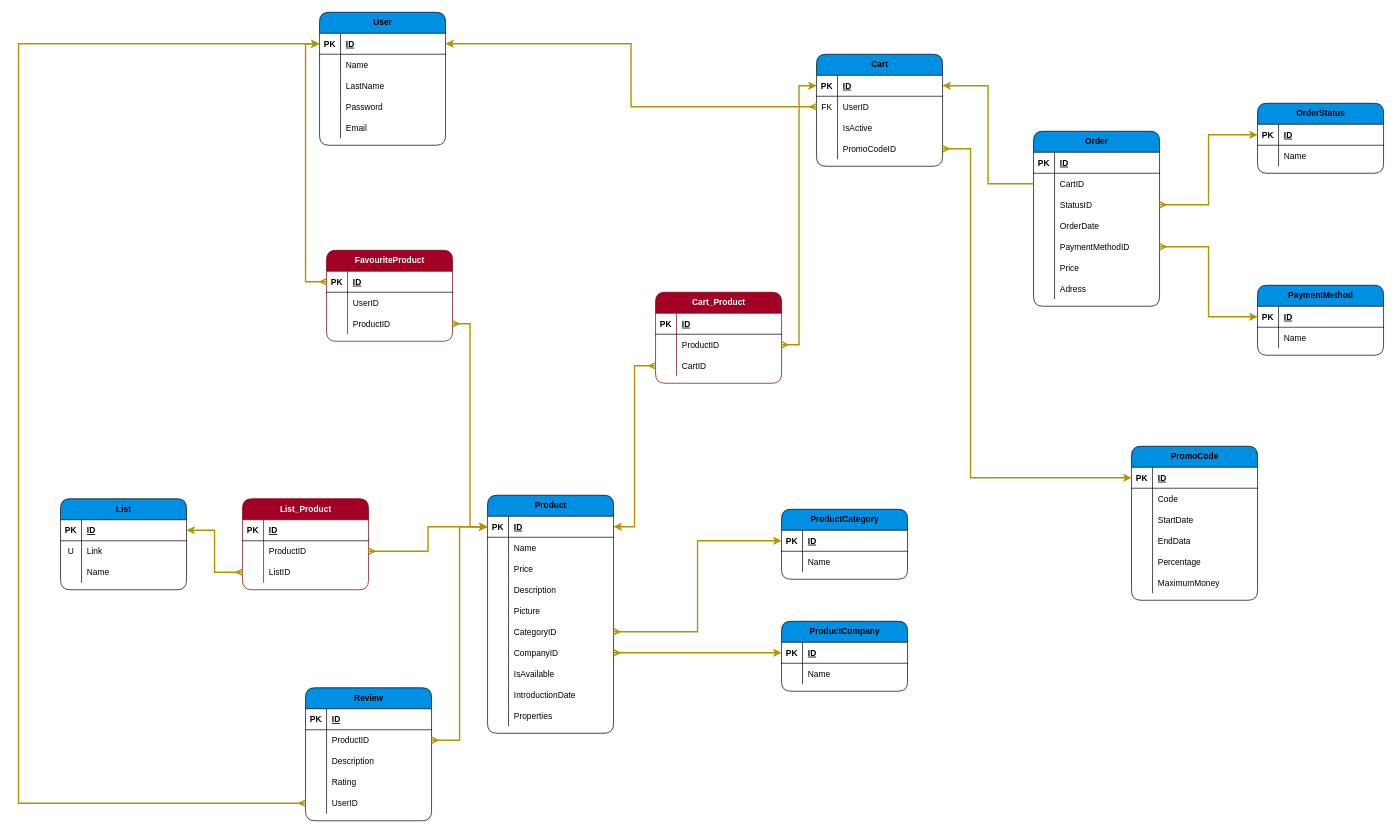
Above: Documentation/DrawioFiles/DiagramDB.drawio in Rumi152/X-KOMdb (draw.io), before the change. Source tidied: cells renumbered, new cells numbered last; positions are measured from the earlier drawing's top-left corner, leaving out a move shared by most shapes. Both pictures are drawn from the tidied source at 70%, with x=0, y=0 at pixel (18, 12).
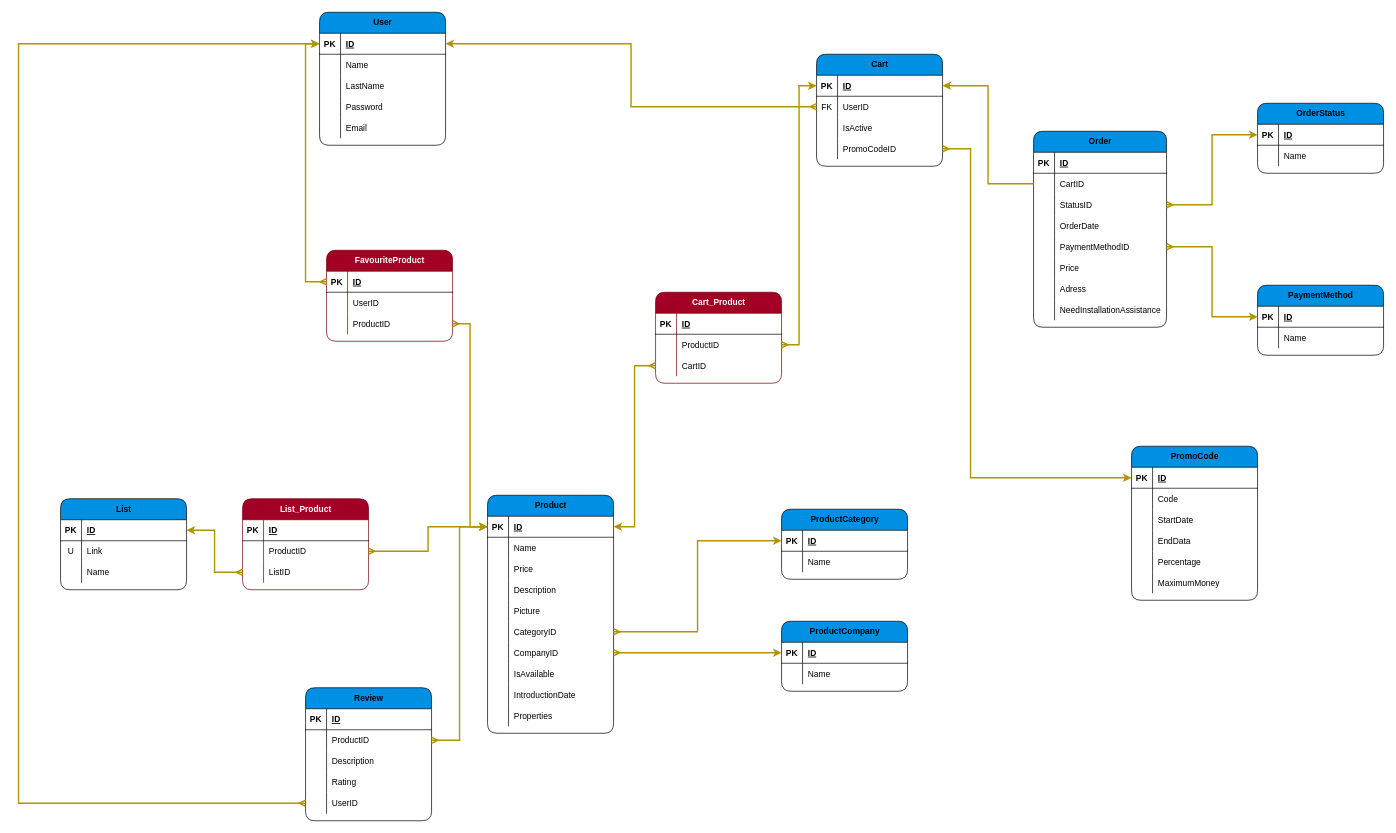
The same page after the edit.

Commit message:
finished base

Change to the diagram source:
```diff
@@
     <mxCell id="90" value="Order" style="shape=table;startSize=30;childLayout=tableLayout;rowLines=0;fontStyle=1;align=center;rounded=1;fillColor=#0090E3;html=1;" parent="1" vertex="1">
-      <mxGeometry x="1450" y="170" width="180" height="250" as="geometry" />
+      <mxGeometry x="1450" y="170" width="190" height="280" as="geometry" />
     </mxCell>
     <mxCell id="91" style="shape=partialRectangle;fillColor=none;top=0;left=0;bottom=1;right=0;" parent="90" vertex="1">
-      <mxGeometry y="30" width="180" height="30" as="geometry" />
+      <mxGeometry y="30" width="190" height="30" as="geometry" />
     </mxCell>
@@
     <mxCell id="93" value="ID" style="shape=partialRectangle;fillColor=none;top=0;left=0;bottom=0;right=0;align=left;spacingLeft=6;fontStyle=5;overflow=hidden;" parent="91" vertex="1">
-      <mxGeometry x="30" width="150" height="30" as="geometry" />
+      <mxGeometry x="30" width="160" height="30" as="geometry" />
     </mxCell>
     <mxCell id="94" style="shape=partialRectangle;fillColor=none;top=0;left=0;bottom=0;right=0;points=[[0,0.5],[1,0.5]];portConstraint=eastwest;" parent="90" vertex="1">
-      <mxGeometry y="60" width="180" height="30" as="geometry" />
+      <mxGeometry y="60" width="190" height="30" as="geometry" />
     </mxCell>
@@
     <mxCell id="96" value="CartID" style="shape=partialRectangle;fillColor=none;top=0;left=0;bottom=0;right=0;align=left;spacingLeft=6;overflow=hidden;" parent="94" vertex="1">
-      <mxGeometry x="30" width="150" height="30" as="geometry" />
+      <mxGeometry x="30" width="160" height="30" as="geometry" />
     </mxCell>
     <mxCell id="97" style="shape=partialRectangle;fillColor=none;top=0;left=0;bottom=0;right=0;points=[[0,0.5],[1,0.5]];portConstraint=eastwest;" parent="90" vertex="1">
-      <mxGeometry y="90" width="180" height="30" as="geometry" />
+      <mxGeometry y="90" width="190" height="30" as="geometry" />
     </mxCell>
@@
     <mxCell id="99" value="StatusID" style="shape=partialRectangle;fillColor=none;top=0;left=0;bottom=0;right=0;align=left;spacingLeft=6;overflow=hidden;" parent="97" vertex="1">
-      <mxGeometry x="30" width="150" height="30" as="geometry" />
+      <mxGeometry x="30" width="160" height="30" as="geometry" />
     </mxCell>
     <mxCell id="100" style="shape=partialRectangle;fillColor=none;top=0;left=0;bottom=0;right=0;" parent="90" vertex="1">
-      <mxGeometry y="120" width="180" height="30" as="geometry" />
+      <mxGeometry y="120" width="190" height="30" as="geometry" />
     </mxCell>
@@
     <mxCell id="102" value="OrderDate" style="shape=partialRectangle;fillColor=none;top=0;left=0;bottom=0;right=0;align=left;spacingLeft=6;overflow=hidden;" parent="100" vertex="1">
-      <mxGeometry x="30" width="150" height="30" as="geometry" />
+      <mxGeometry x="30" width="160" height="30" as="geometry" />
     </mxCell>
     <mxCell id="103" style="shape=partialRectangle;fillColor=none;top=0;left=0;bottom=0;right=0;points=[[0,0.5],[1,0.5]];portConstraint=eastwest;" parent="90" vertex="1">
-      <mxGeometry y="150" width="180" height="30" as="geometry" />
+      <mxGeometry y="150" width="190" height="30" as="geometry" />
     </mxCell>
@@
     <mxCell id="105" value="PaymentMethodID" style="shape=partialRectangle;fillColor=none;top=0;left=0;bottom=0;right=0;align=left;spacingLeft=6;overflow=hidden;" parent="103" vertex="1">
-      <mxGeometry x="30" width="150" height="30" as="geometry" />
+      <mxGeometry x="30" width="160" height="30" as="geometry" />
     </mxCell>
     <mxCell id="106" style="shape=partialRectangle;fillColor=none;top=0;left=0;bottom=0;right=0;" parent="90" vertex="1">
-      <mxGeometry y="180" width="180" height="30" as="geometry" />
+      <mxGeometry y="180" width="190" height="30" as="geometry" />
     </mxCell>
@@
     <mxCell id="108" value="Price" style="shape=partialRectangle;fillColor=none;top=0;left=0;bottom=0;right=0;align=left;spacingLeft=6;overflow=hidden;" parent="106" vertex="1">
-      <mxGeometry x="30" width="150" height="30" as="geometry" />
+      <mxGeometry x="30" width="160" height="30" as="geometry" />
     </mxCell>
     <mxCell id="109" style="shape=partialRectangle;fillColor=none;top=0;left=0;bottom=0;right=0;" parent="90" vertex="1">
-      <mxGeometry y="210" width="180" height="30" as="geometry" />
+      <mxGeometry y="210" width="190" height="30" as="geometry" />
     </mxCell>
@@
     <mxCell id="111" value="Adress" style="shape=partialRectangle;fillColor=none;top=0;left=0;bottom=0;right=0;align=left;spacingLeft=6;overflow=hidden;" parent="109" vertex="1">
-      <mxGeometry x="30" width="150" height="30" as="geometry" />
+      <mxGeometry x="30" width="160" height="30" as="geometry" />
     </mxCell>
+    <mxCell id="202" style="shape=partialRectangle;fillColor=none;top=0;left=0;bottom=0;right=0;" parent="90" vertex="1">
+      <mxGeometry y="240" width="190" height="30" as="geometry" />
+    </mxCell>
+    <mxCell id="203" style="shape=partialRectangle;fillColor=none;top=0;left=0;bottom=0;right=0;overflow=hidden;" parent="202" vertex="1">
+      <mxGeometry width="30" height="30" as="geometry" />
+    </mxCell>
+    <mxCell id="204" value="NeedInstallationAssistance" style="shape=partialRectangle;fillColor=none;top=0;left=0;bottom=0;right=0;align=left;spacingLeft=6;overflow=hidden;" parent="202" vertex="1">
+      <mxGeometry x="30" width="160" height="30" as="geometry" />
+    </mxCell>
```
